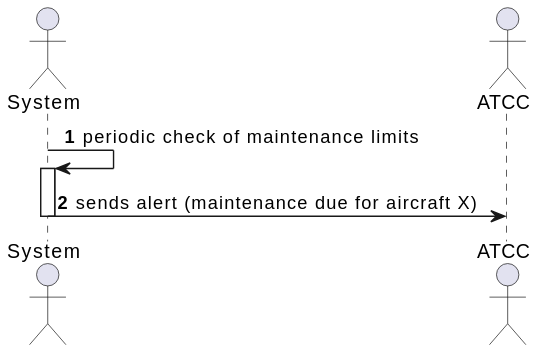
Before: docs/sytem-documentation/US222/svg/US222-SSD.svg, a diagram exported from PlantUML (caetanotiago/PSOFT).
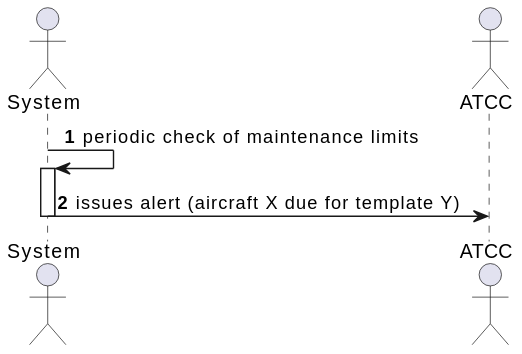
The same diagram one commit later.

What changed in the source:
```diff
@@ -5,6 +5,6 @@
 
 System -> System : periodic check of maintenance limits
 activate System
-System -> ATCC : sends alert (maintenance due for aircraft X)
+System -> ATCC : issues alert (aircraft X due for template Y)
 deactivate System
 @enduml
```
